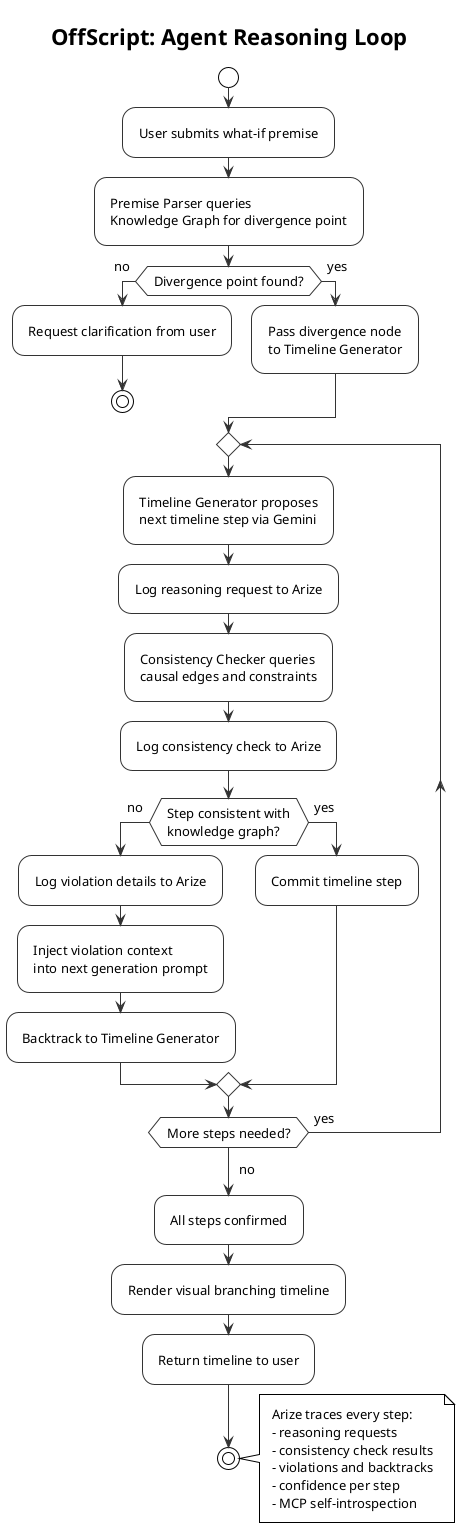
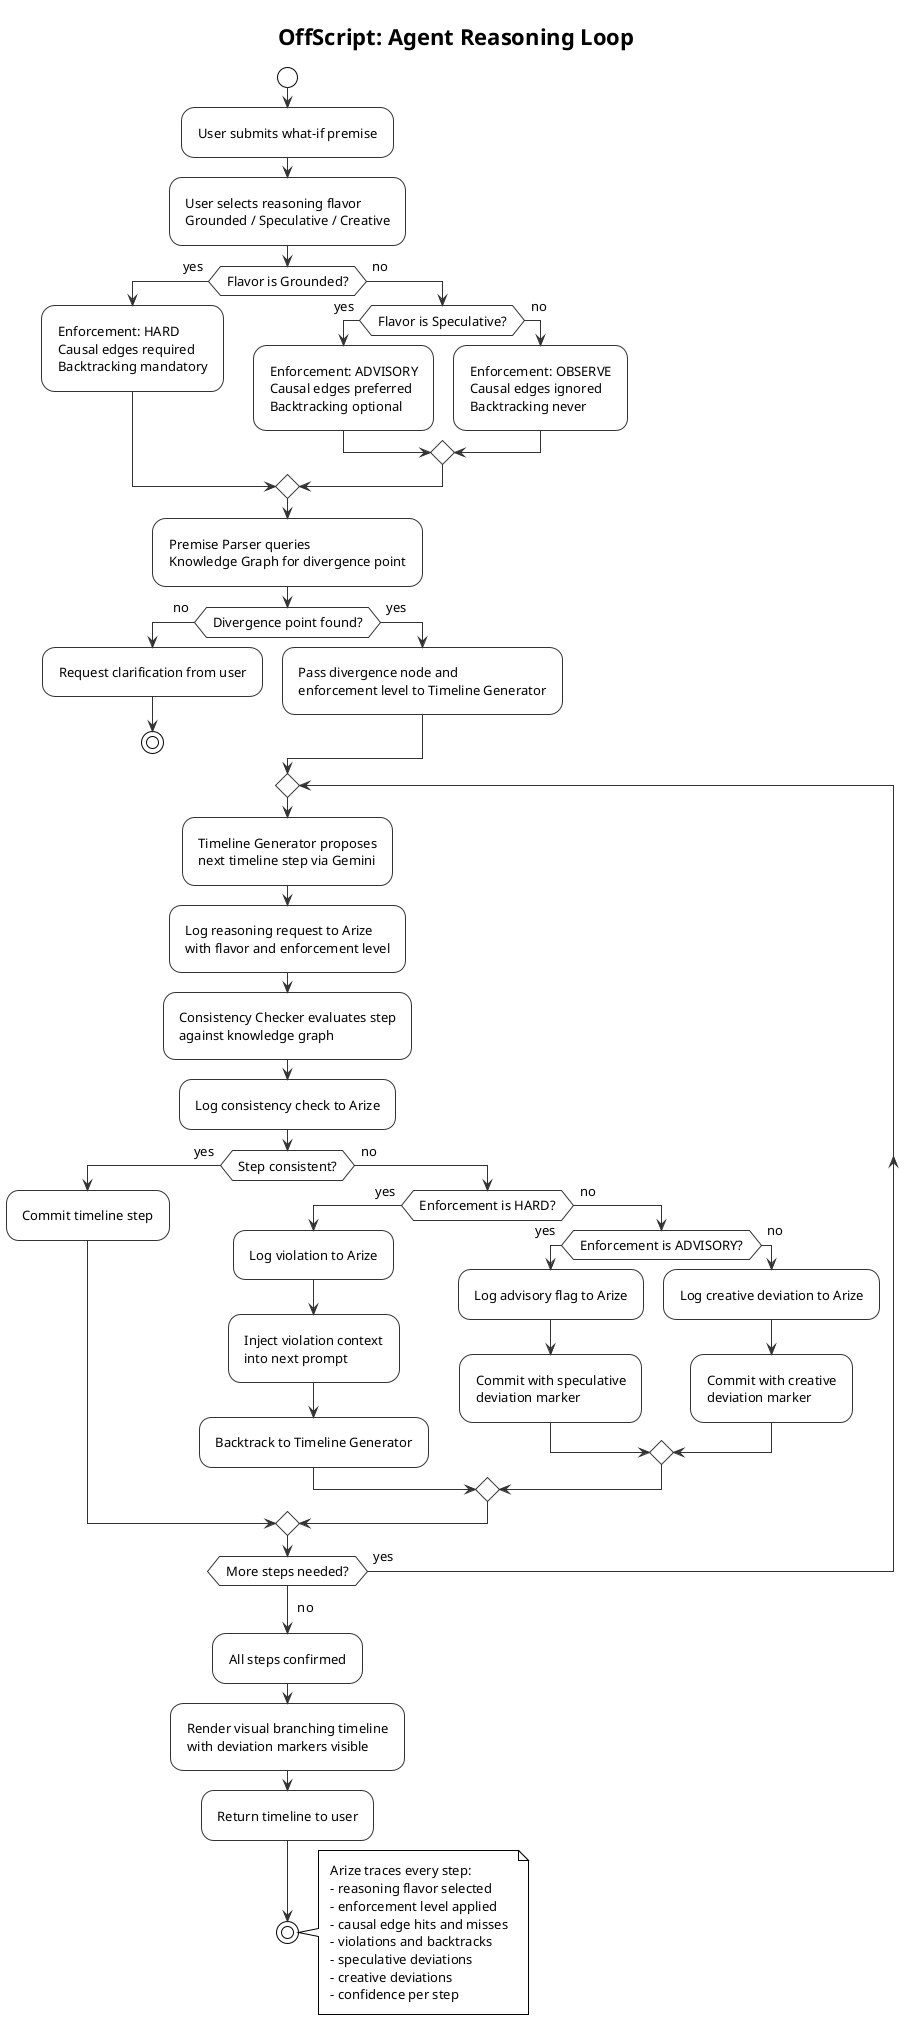
@startuml 05_agent_reasoning_loop
!theme plain
skinparam ranksep 100
skinparam nodesep 80
skinparam defaultFontSize 13
skinparam padding 6

skinparam activity {
    BackgroundColor White
    BorderColor #333333
    ArrowColor #333333
    DiamondBackgroundColor White
    DiamondBorderColor #333333
}

title OffScript: Agent Reasoning Loop

start

:User submits what-if premise;
+ :User selects reasoning flavor\nGrounded / Speculative / Creative;
+ 
+ if (Flavor is Grounded?) then (yes)
+     :Enforcement: HARD\nCausal edges required\nBacktracking mandatory;
+ else (no)
+     if (Flavor is Speculative?) then (yes)
+         :Enforcement: ADVISORY\nCausal edges preferred\nBacktracking optional;
+     else (no)
+         :Enforcement: OBSERVE\nCausal edges ignored\nBacktracking never;
+     endif
+ endif

:Premise Parser queries\nKnowledge Graph for divergence point;

if (Divergence point found?) then (no)
    :Request clarification from user;
    stop
else (yes)
-     :Pass divergence node\nto Timeline Generator;
+     :Pass divergence node and\nenforcement level to Timeline Generator;
endif

repeat
    :Timeline Generator proposes\nnext timeline step via Gemini;
-     :Log reasoning request to Arize;
+     :Log reasoning request to Arize\nwith flavor and enforcement level;

-     :Consistency Checker queries\ncausal edges and constraints;
+     :Consistency Checker evaluates step\nagainst knowledge graph;
    :Log consistency check to Arize;

-     if (Step consistent with\nknowledge graph?) then (no)
-         :Log violation details to Arize;
-         :Inject violation context\ninto next generation prompt;
-         :Backtrack to Timeline Generator;
-     else (yes)
+     if (Step consistent?) then (yes)
        :Commit timeline step;
+     else (no)
+         if (Enforcement is HARD?) then (yes)
+             :Log violation to Arize;
+             :Inject violation context\ninto next prompt;
+             :Backtrack to Timeline Generator;
+         else (no)
+             if (Enforcement is ADVISORY?) then (yes)
+                 :Log advisory flag to Arize;
+                 :Commit with speculative\ndeviation marker;
+             else (no)
+                 :Log creative deviation to Arize;
+                 :Commit with creative\ndeviation marker;
+             endif
+         endif
    endif

repeat while (More steps needed?) is (yes)
-> no;

:All steps confirmed;
- :Render visual branching timeline;
+ :Render visual branching timeline\nwith deviation markers visible;
:Return timeline to user;

stop

note right
    Arize traces every step:
-     - reasoning requests
-     - consistency check results
+     - reasoning flavor selected
+     - enforcement level applied
+     - causal edge hits and misses
    - violations and backtracks
+     - speculative deviations
+     - creative deviations
    - confidence per step
-     - MCP self-introspection
end note

@enduml